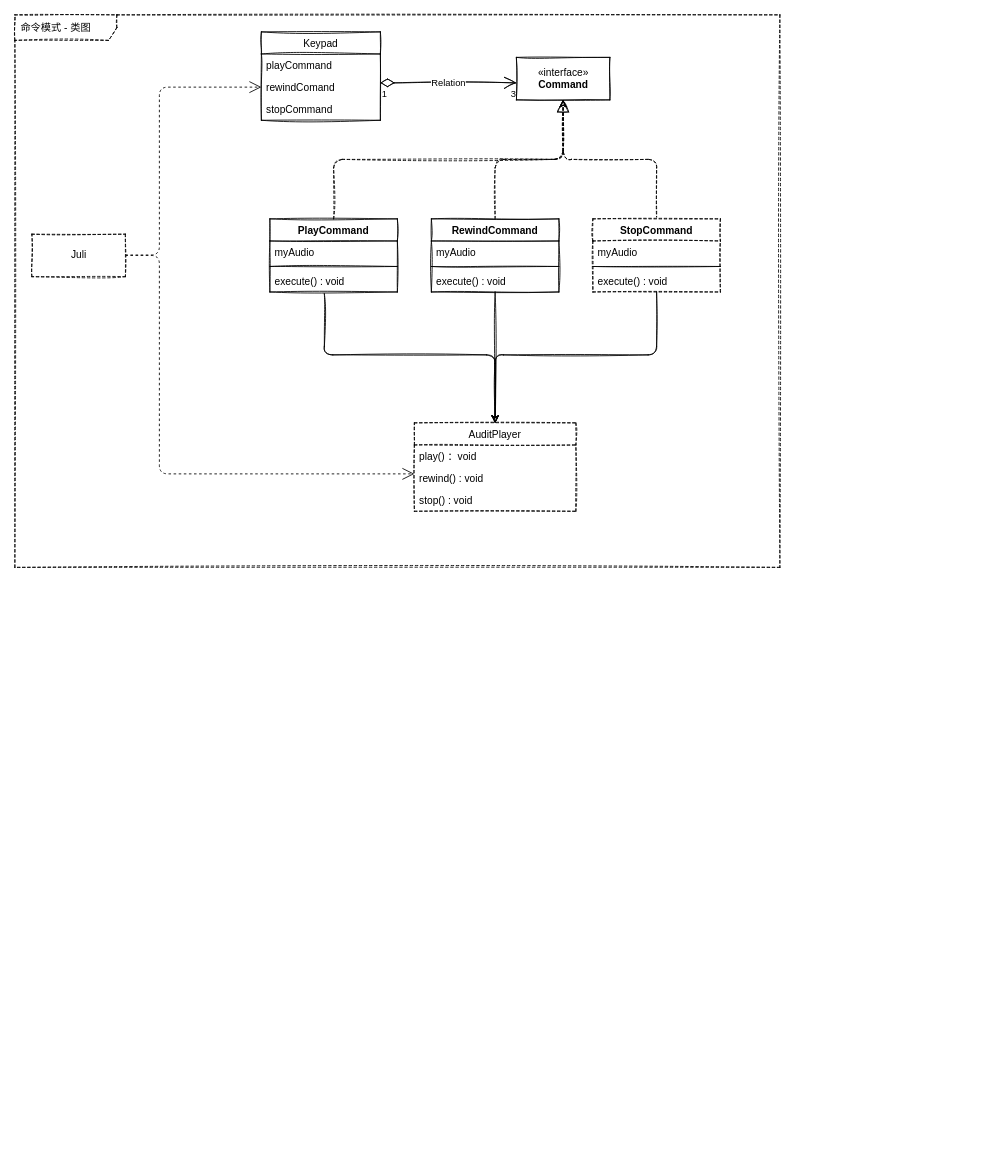
This is 命令模式.drawio from yancyan/design.draw.io, a draw.io file, before an edit. Source tidied: cells renumbered, new cells numbered last; positions are measured from the earlier drawing's top-left corner, leaving out a move shared by most shapes. Both pictures are drawn from the tidied source at 85%, with x=0, y=0 at pixel (14, 14).
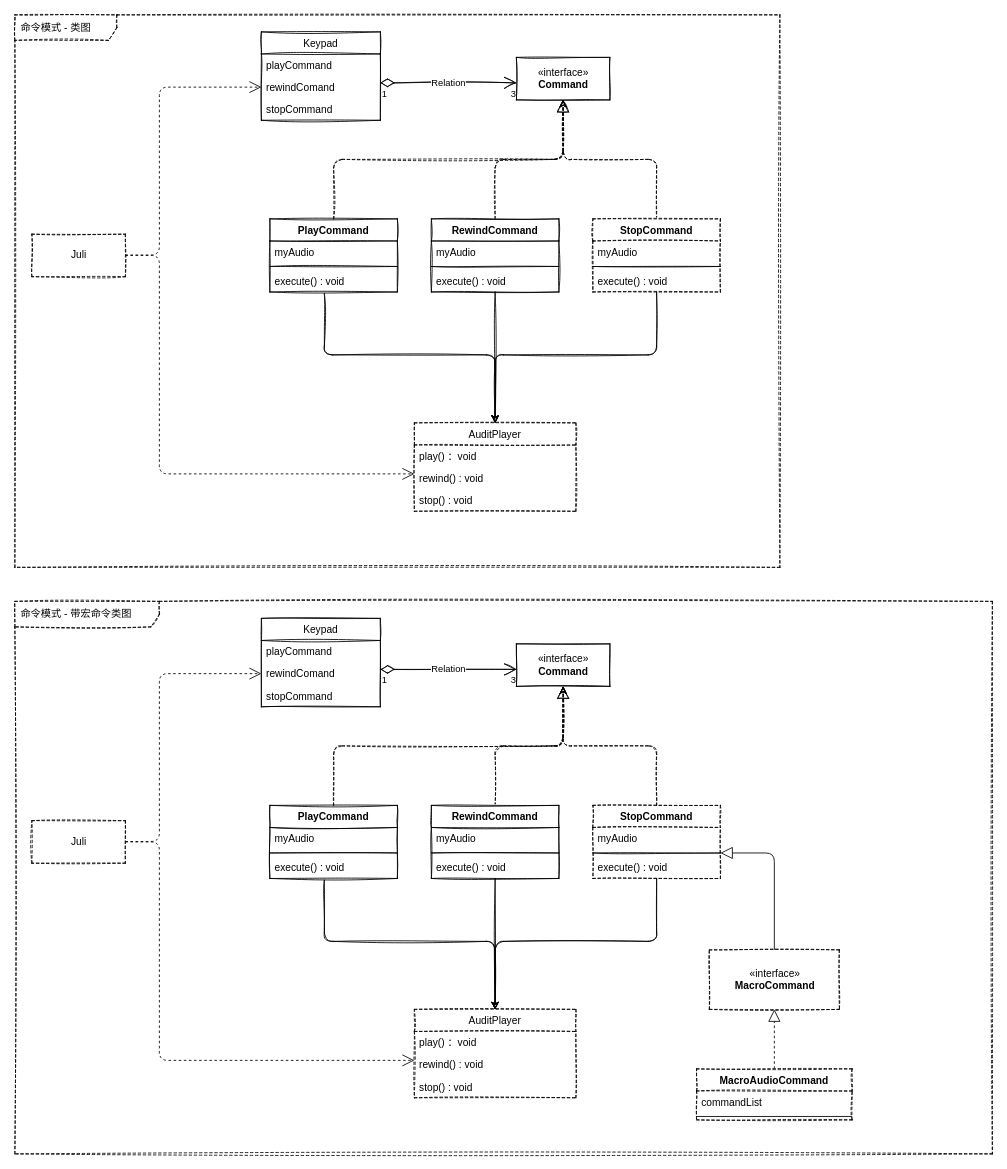
The same page after the edit.

The edit, as a diff of the source:
```diff
@@
+    <mxCell id="36" value="Keypad" style="swimlane;fontStyle=0;horizontal=1;startSize=26;fillColor=none;sketch=1;" parent="1" vertex="1">
+      <mxGeometry x="290" y="710" width="140" height="104" as="geometry" />
+    </mxCell>
+    <mxCell id="37" value="playCommand" style="text;strokeColor=none;fillColor=none;align=left;verticalAlign=top;spacingLeft=4;spacingRight=4;overflow=hidden;sketch=1;" parent="36" vertex="1">
+      <mxGeometry y="26" width="140" height="26" as="geometry" />
+    </mxCell>
+    <mxCell id="38" value="rewindComand" style="text;strokeColor=none;fillColor=none;align=left;verticalAlign=top;spacingLeft=4;spacingRight=4;overflow=hidden;points=[[0,0.5],[1,0.5]];portConstraint=eastwest;sketch=1;" parent="36" vertex="1">
+      <mxGeometry y="52" width="140" height="26" as="geometry" />
+    </mxCell>
+    <mxCell id="39" value="stopCommand" style="text;strokeColor=none;fillColor=none;align=left;verticalAlign=top;spacingLeft=4;spacingRight=4;overflow=hidden;sketch=1;" parent="36" vertex="1">
+      <mxGeometry y="78" width="140" height="26" as="geometry" />
+    </mxCell>
+    <mxCell id="40" value="«interface»&lt;br&gt;&lt;b&gt;Command&lt;/b&gt;" style="html=1;sketch=1;" parent="1" vertex="1">
+      <mxGeometry x="590" y="740" width="110" height="50" as="geometry" />
+    </mxCell>
+    <mxCell id="41" value="Relation" style="endArrow=open;html=1;endSize=12;startArrow=diamondThin;startSize=14;startFill=0;edgeStyle=orthogonalEdgeStyle;sketch=1;" parent="1" edge="1">
+      <mxGeometry relative="1" as="geometry">
+        <mxPoint x="430" y="770" as="sourcePoint" />
+        <mxPoint x="590" y="770" as="targetPoint" />
+      </mxGeometry>
+    </mxCell>
+    <mxCell id="42" value="1" style="edgeLabel;html=1;align=left;verticalAlign=top;sketch=1;" parent="41" vertex="1">
+      <mxGeometry x="-1" relative="1" as="geometry" />
+    </mxCell>
+    <mxCell id="43" value="3" style="edgeLabel;html=1;align=right;verticalAlign=top;sketch=1;" parent="41" vertex="1">
+      <mxGeometry x="1" relative="1" as="geometry" />
+    </mxCell>
+    <mxCell id="44" style="edgeStyle=orthogonalEdgeStyle;rounded=1;sketch=1;jettySize=auto;html=1;shadow=0;exitX=0.427;exitY=1.077;exitDx=0;exitDy=0;exitPerimeter=0;" parent="1" edge="1" source="48" target="62">
+      <mxGeometry relative="1" as="geometry">
+        <Array as="points">
+          <mxPoint x="364" y="1090" />
+          <mxPoint x="565" y="1090" />
+        </Array>
+      </mxGeometry>
+    </mxCell>
+    <mxCell id="45" value="PlayCommand" style="swimlane;fontStyle=1;align=center;verticalAlign=top;horizontal=1;startSize=26;sketch=1;" parent="1" vertex="1">
+      <mxGeometry x="300" y="930" width="150" height="86" as="geometry" />
+    </mxCell>
+    <mxCell id="46" value="myAudio" style="text;strokeColor=none;fillColor=none;align=left;verticalAlign=top;spacingLeft=4;spacingRight=4;overflow=hidden;sketch=1;" parent="45" vertex="1">
+      <mxGeometry y="26" width="150" height="26" as="geometry" />
+    </mxCell>
+    <mxCell id="47" style="line;strokeWidth=1;fillColor=none;align=left;verticalAlign=middle;spacingTop=-1;spacingLeft=3;spacingRight=3;labelPosition=right;sketch=1;" parent="45" vertex="1">
+      <mxGeometry y="52" width="150" height="8" as="geometry" />
+    </mxCell>
+    <mxCell id="48" value="execute() : void" style="text;strokeColor=none;fillColor=none;align=left;verticalAlign=top;spacingLeft=4;spacingRight=4;overflow=hidden;points=[[0,0.5],[1,0.5]];portConstraint=eastwest;sketch=1;" parent="45" vertex="1">
+      <mxGeometry y="60" width="150" height="26" as="geometry" />
+    </mxCell>
+    <mxCell id="49" style="edgeStyle=orthogonalEdgeStyle;rounded=1;sketch=1;jettySize=auto;html=1;exitX=0.5;exitY=0;exitDx=0;exitDy=0;entryX=0.5;entryY=1;entryDx=0;entryDy=0;shadow=0;dashed=1;" parent="1" edge="1" source="51" target="40">
+      <mxGeometry relative="1" as="geometry" />
+    </mxCell>
+    <mxCell id="50" style="edgeStyle=orthogonalEdgeStyle;rounded=1;sketch=1;jettySize=auto;html=1;entryX=0.5;entryY=0;entryDx=0;entryDy=0;shadow=0;" parent="1" edge="1" source="51" target="62">
+      <mxGeometry relative="1" as="geometry" />
+    </mxCell>
+    <mxCell id="51" value="RewindCommand" style="swimlane;fontStyle=1;align=center;verticalAlign=top;horizontal=1;startSize=26;sketch=1;" parent="1" vertex="1">
+      <mxGeometry x="490" y="930" width="150" height="86" as="geometry" />
+    </mxCell>
+    <mxCell id="52" value="myAudio" style="text;strokeColor=none;fillColor=none;align=left;verticalAlign=top;spacingLeft=4;spacingRight=4;overflow=hidden;sketch=1;" parent="51" vertex="1">
+      <mxGeometry y="26" width="150" height="26" as="geometry" />
+    </mxCell>
+    <mxCell id="53" style="line;strokeWidth=1;fillColor=none;align=left;verticalAlign=middle;spacingTop=-1;spacingLeft=3;spacingRight=3;labelPosition=right;sketch=1;" parent="51" vertex="1">
+      <mxGeometry y="52" width="150" height="8" as="geometry" />
+    </mxCell>
+    <mxCell id="54" value="execute() : void" style="text;strokeColor=none;fillColor=none;align=left;verticalAlign=top;spacingLeft=4;spacingRight=4;overflow=hidden;sketch=1;" parent="51" vertex="1">
+      <mxGeometry y="60" width="150" height="26" as="geometry" />
+    </mxCell>
+    <mxCell id="55" style="edgeStyle=orthogonalEdgeStyle;rounded=1;sketch=1;jettySize=auto;html=1;exitX=0.5;exitY=0;exitDx=0;exitDy=0;shadow=0;dashed=1;" parent="1" edge="1" source="57" target="40">
+      <mxGeometry relative="1" as="geometry" />
+    </mxCell>
+    <mxCell id="56" style="edgeStyle=orthogonalEdgeStyle;rounded=1;sketch=1;jettySize=auto;html=1;entryX=0.5;entryY=0;entryDx=0;entryDy=0;shadow=0;" parent="1" edge="1" source="57" target="62">
+      <mxGeometry relative="1" as="geometry">
+        <Array as="points">
+          <mxPoint x="755" y="1090" />
+          <mxPoint x="565" y="1090" />
+        </Array>
+      </mxGeometry>
+    </mxCell>
+    <mxCell id="57" value="StopCommand" style="swimlane;fontStyle=1;align=center;verticalAlign=top;horizontal=1;startSize=26;sketch=1;dashed=1;" parent="1" vertex="1">
+      <mxGeometry x="680" y="930" width="150" height="86" as="geometry" />
+    </mxCell>
+    <mxCell id="58" value="myAudio" style="text;strokeColor=none;fillColor=none;align=left;verticalAlign=top;spacingLeft=4;spacingRight=4;overflow=hidden;sketch=1;" parent="57" vertex="1">
+      <mxGeometry y="26" width="150" height="26" as="geometry" />
+    </mxCell>
+    <mxCell id="59" style="line;strokeWidth=1;fillColor=none;align=left;verticalAlign=middle;spacingTop=-1;spacingLeft=3;spacingRight=3;labelPosition=right;points=[];portConstraint=eastwest;sketch=1;" parent="57" vertex="1">
+      <mxGeometry y="52" width="150" height="8" as="geometry" />
+    </mxCell>
+    <mxCell id="60" value="execute() : void" style="text;strokeColor=none;fillColor=none;align=left;verticalAlign=top;spacingLeft=4;spacingRight=4;overflow=hidden;sketch=1;" parent="57" vertex="1">
+      <mxGeometry y="60" width="150" height="26" as="geometry" />
+    </mxCell>
+    <mxCell id="61" style="endArrow=block;dashed=1;endFill=0;endSize=12;html=1;exitX=0.5;exitY=0;exitDx=0;exitDy=0;entryX=0.5;entryY=1;entryDx=0;entryDy=0;sketch=1;rounded=1;shadow=0;edgeStyle=orthogonalEdgeStyle;" parent="1" edge="1" source="45" target="40">
+      <mxGeometry relative="1" as="geometry" />
+    </mxCell>
+    <mxCell id="62" value="AuditPlayer" style="swimlane;fontStyle=0;horizontal=1;startSize=26;fillColor=none;dashed=1;sketch=1;" parent="1" vertex="1">
+      <mxGeometry x="470" y="1170" width="190" height="104" as="geometry" />
+    </mxCell>
+    <mxCell id="63" value="play() ：void" style="text;strokeColor=none;fillColor=none;align=left;verticalAlign=top;spacingLeft=4;spacingRight=4;overflow=hidden;" parent="62" vertex="1">
+      <mxGeometry y="26" width="190" height="26" as="geometry" />
+    </mxCell>
+    <mxCell id="64" value="rewind() : void" style="text;strokeColor=none;fillColor=none;align=left;verticalAlign=top;spacingLeft=4;spacingRight=4;overflow=hidden;points=[[0,0.5],[1,0.5]];portConstraint=eastwest;" parent="62" vertex="1">
+      <mxGeometry y="52" width="190" height="26" as="geometry" />
+    </mxCell>
+    <mxCell id="65" value="stop() : void" style="text;strokeColor=none;fillColor=none;align=left;verticalAlign=top;spacingLeft=4;spacingRight=4;overflow=hidden;" parent="62" vertex="1">
+      <mxGeometry y="78" width="190" height="26" as="geometry" />
+    </mxCell>
+    <mxCell id="66" style="edgeStyle=orthogonalEdgeStyle;rounded=1;sketch=0;jettySize=auto;html=1;exitX=1;exitY=0.5;exitDx=0;exitDy=0;shadow=0;dashed=1;endArrow=open;endFill=0;endSize=12;" parent="1" edge="1" source="67" target="64">
+      <mxGeometry relative="1" as="geometry">
+        <Array as="points">
+          <mxPoint x="170" y="973" />
+          <mxPoint x="170" y="1230" />
+        </Array>
+      </mxGeometry>
+    </mxCell>
+    <mxCell id="67" value="Juli" style="html=1;dashed=1;sketch=1;" parent="1" vertex="1">
+      <mxGeometry x="20" y="948" width="110" height="50" as="geometry" />
+    </mxCell>
+    <mxCell id="68" style="endArrow=open;dashed=1;endFill=0;endSize=12;html=1;shadow=0;entryX=0;entryY=0.5;entryDx=0;entryDy=0;edgeStyle=orthogonalEdgeStyle;" parent="1" edge="1" target="38">
+      <mxGeometry relative="1" as="geometry">
+        <mxPoint x="130" y="972.5" as="sourcePoint" />
+        <Array as="points">
+          <mxPoint x="170" y="973" />
+          <mxPoint x="170" y="775" />
+        </Array>
+      </mxGeometry>
+    </mxCell>
+    <mxCell id="69" value="命令模式 - 带宏命令类图" style="shape=umlFrame;whiteSpace=wrap;html=1;width=170;height=30;boundedLbl=1;verticalAlign=middle;align=left;spacingLeft=5;dashed=1;sketch=1;" parent="1" vertex="1">
+      <mxGeometry y="690" width="1150" height="650" as="geometry" />
+    </mxCell>
+    <mxCell id="70" style="edgeStyle=orthogonalEdgeStyle;rounded=1;sketch=0;jettySize=auto;html=1;shadow=0;endArrow=block;endFill=0;endSize=12;" parent="1" edge="1" source="71" target="59">
+      <mxGeometry relative="1" as="geometry" />
+    </mxCell>
+    <mxCell id="71" value="«interface»&lt;br&gt;&lt;b&gt;MacroCommand&lt;/b&gt;" style="html=1;dashed=1;sketch=1;" parent="1" vertex="1">
+      <mxGeometry x="817" y="1100" width="153" height="70" as="geometry" />
+    </mxCell>
+    <mxCell id="72" style="edgeStyle=orthogonalEdgeStyle;rounded=1;sketch=0;jettySize=auto;html=1;shadow=0;dashed=1;endArrow=block;endFill=0;endSize=12;" parent="1" edge="1" source="73" target="71">
+      <mxGeometry relative="1" as="geometry" />
+    </mxCell>
+    <mxCell id="73" value="MacroAudioCommand" style="swimlane;fontStyle=1;align=center;verticalAlign=top;horizontal=1;startSize=26;dashed=1;sketch=1;" parent="1" vertex="1">
+      <mxGeometry x="802" y="1240" width="183" height="60" as="geometry" />
+    </mxCell>
+    <mxCell id="74" value="commandList" style="text;strokeColor=none;fillColor=none;align=left;verticalAlign=top;spacingLeft=4;spacingRight=4;overflow=hidden;" parent="73" vertex="1">
+      <mxGeometry y="26" width="183" height="26" as="geometry" />
+    </mxCell>
+    <mxCell id="75" style="line;strokeWidth=1;fillColor=none;align=left;verticalAlign=middle;spacingTop=-1;spacingLeft=3;spacingRight=3;labelPosition=right;" parent="73" vertex="1">
+      <mxGeometry y="52" width="183" height="8" as="geometry" />
+    </mxCell>
```
